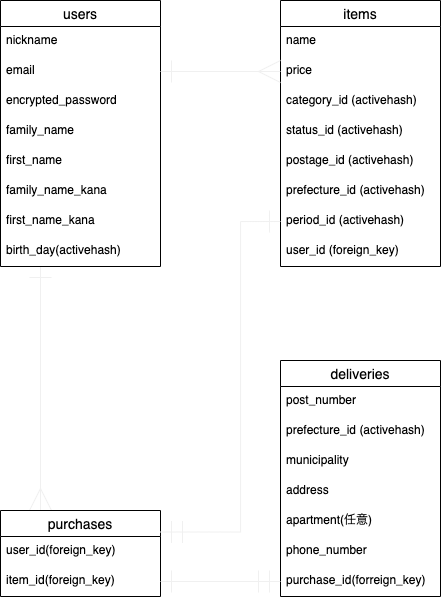
Before: DB.png, a diagram exported from draw.io (shin1616/furima-34493). Source tidied: cells renumbered, new cells last; positions are measured from the earlier drawing's top-left corner, leaving out a move shared by most shapes. Its diagram source:
```xml
<mxGraphModel>
  <root>
    <mxCell id="0" />
    <mxCell id="1" parent="0" />
    <mxCell id="2" style="edgeStyle=orthogonalEdgeStyle;rounded=0;jumpSize=6;jettySize=auto;html=1;exitX=0.25;exitY=1;exitDx=0;exitDy=0;entryX=0.25;entryY=0;entryDx=0;entryDy=0;shadow=0;startArrow=ERone;startFill=0;startSize=20;endArrow=ERmany;endFill=0;endSize=20;targetPerimeterSpacing=0;strokeColor=#f0f0f0;strokeWidth=1;" parent="1" edge="1" source="3" target="20">
      <mxGeometry relative="1" as="geometry" />
    </mxCell>
    <mxCell id="3" value="users" style="swimlane;fontStyle=0;horizontal=1;startSize=26;align=center;fontSize=14;" parent="1" vertex="1">
      <mxGeometry width="160" height="266" as="geometry" />
    </mxCell>
    <mxCell id="4" value="nickname" style="text;strokeColor=none;fillColor=none;spacingLeft=4;spacingRight=4;overflow=hidden;fontSize=12;" parent="3" vertex="1">
      <mxGeometry y="26" width="160" height="30" as="geometry" />
    </mxCell>
    <mxCell id="5" value="email" style="text;strokeColor=none;fillColor=none;spacingLeft=4;spacingRight=4;overflow=hidden;points=[[0,0.5],[1,0.5]];portConstraint=eastwest;fontSize=12;" parent="3" vertex="1">
      <mxGeometry y="56" width="160" height="30" as="geometry" />
    </mxCell>
    <mxCell id="6" value="encrypted_password" style="text;strokeColor=none;fillColor=none;spacingLeft=4;spacingRight=4;overflow=hidden;fontSize=12;" parent="3" vertex="1">
      <mxGeometry y="86" width="160" height="30" as="geometry" />
    </mxCell>
    <mxCell id="7" value="family_name" style="text;strokeColor=none;fillColor=none;spacingLeft=4;spacingRight=4;overflow=hidden;fontSize=12;" parent="3" vertex="1">
      <mxGeometry y="116" width="160" height="30" as="geometry" />
    </mxCell>
    <mxCell id="8" value="first_name" style="text;strokeColor=none;fillColor=none;spacingLeft=4;spacingRight=4;overflow=hidden;fontSize=12;" parent="3" vertex="1">
      <mxGeometry y="146" width="160" height="30" as="geometry" />
    </mxCell>
    <mxCell id="9" value="family_name_kana" style="text;strokeColor=none;fillColor=none;spacingLeft=4;spacingRight=4;overflow=hidden;fontSize=12;" parent="3" vertex="1">
      <mxGeometry y="176" width="160" height="30" as="geometry" />
    </mxCell>
    <mxCell id="10" value="first_name_kana" style="text;strokeColor=none;fillColor=none;spacingLeft=4;spacingRight=4;overflow=hidden;fontSize=12;" parent="3" vertex="1">
      <mxGeometry y="206" width="160" height="30" as="geometry" />
    </mxCell>
    <mxCell id="11" value="birth_day(activehash)" style="text;strokeColor=none;fillColor=none;spacingLeft=4;spacingRight=4;overflow=hidden;fontSize=12;" parent="3" vertex="1">
      <mxGeometry y="236" width="160" height="30" as="geometry" />
    </mxCell>
    <mxCell id="12" value="deliveries" style="swimlane;fontStyle=0;horizontal=1;startSize=26;align=center;fontSize=14;" parent="1" vertex="1">
      <mxGeometry x="280" y="360" width="160" height="236" as="geometry" />
    </mxCell>
    <mxCell id="13" value="post_number" style="text;strokeColor=none;fillColor=none;spacingLeft=4;spacingRight=4;overflow=hidden;fontSize=12;" parent="12" vertex="1">
      <mxGeometry y="26" width="160" height="30" as="geometry" />
    </mxCell>
    <mxCell id="14" value="prefecture_id (activehash)" style="text;strokeColor=none;fillColor=none;spacingLeft=4;spacingRight=4;overflow=hidden;fontSize=12;" parent="12" vertex="1">
      <mxGeometry y="56" width="160" height="30" as="geometry" />
    </mxCell>
    <mxCell id="15" value="municipality" style="text;strokeColor=none;fillColor=none;spacingLeft=4;spacingRight=4;overflow=hidden;fontSize=12;" parent="12" vertex="1">
      <mxGeometry y="86" width="160" height="30" as="geometry" />
    </mxCell>
    <mxCell id="16" value="address" style="text;strokeColor=none;fillColor=none;spacingLeft=4;spacingRight=4;overflow=hidden;fontSize=12;" parent="12" vertex="1">
      <mxGeometry y="116" width="160" height="30" as="geometry" />
    </mxCell>
    <mxCell id="17" value="apartment(任意)" style="text;strokeColor=none;fillColor=none;spacingLeft=4;spacingRight=4;overflow=hidden;fontSize=12;" parent="12" vertex="1">
      <mxGeometry y="146" width="160" height="30" as="geometry" />
    </mxCell>
    <mxCell id="18" value="phone_number" style="text;strokeColor=none;fillColor=none;spacingLeft=4;spacingRight=4;overflow=hidden;fontSize=12;" parent="12" vertex="1">
      <mxGeometry y="176" width="160" height="30" as="geometry" />
    </mxCell>
    <mxCell id="19" value="purchase_id(forreign_key)" style="text;strokeColor=none;fillColor=none;spacingLeft=4;spacingRight=4;overflow=hidden;points=[[0,0.5],[1,0.5]];portConstraint=eastwest;fontSize=12;" parent="12" vertex="1">
      <mxGeometry y="206" width="160" height="30" as="geometry" />
    </mxCell>
    <mxCell id="20" value="purchases" style="swimlane;fontStyle=0;horizontal=1;startSize=26;align=center;fontSize=14;" parent="1" vertex="1">
      <mxGeometry y="510" width="160" height="86" as="geometry" />
    </mxCell>
    <mxCell id="21" value="user_id(foreign_key)" style="text;strokeColor=none;fillColor=none;spacingLeft=4;spacingRight=4;overflow=hidden;fontSize=12;" parent="20" vertex="1">
      <mxGeometry y="26" width="160" height="30" as="geometry" />
    </mxCell>
    <mxCell id="22" value="item_id(foreign_key)" style="text;strokeColor=none;fillColor=none;spacingLeft=4;spacingRight=4;overflow=hidden;points=[[0,0.5],[1,0.5]];portConstraint=eastwest;fontSize=12;" parent="20" vertex="1">
      <mxGeometry y="56" width="160" height="30" as="geometry" />
    </mxCell>
    <mxCell id="23" value="items" style="swimlane;fontStyle=0;horizontal=1;startSize=26;align=center;fontSize=14;" parent="1" vertex="1">
      <mxGeometry x="280" width="160" height="266" as="geometry" />
    </mxCell>
    <mxCell id="24" value="name" style="text;strokeColor=none;fillColor=none;spacingLeft=4;spacingRight=4;overflow=hidden;fontSize=12;" parent="23" vertex="1">
      <mxGeometry y="26" width="160" height="30" as="geometry" />
    </mxCell>
    <mxCell id="25" value="price" style="text;strokeColor=none;fillColor=none;spacingLeft=4;spacingRight=4;overflow=hidden;points=[[0,0.5],[1,0.5]];portConstraint=eastwest;fontSize=12;" parent="23" vertex="1">
      <mxGeometry y="56" width="160" height="30" as="geometry" />
    </mxCell>
    <mxCell id="26" value="category_id (activehash)" style="text;strokeColor=none;fillColor=none;spacingLeft=4;spacingRight=4;overflow=hidden;fontSize=12;" parent="23" vertex="1">
      <mxGeometry y="86" width="160" height="30" as="geometry" />
    </mxCell>
    <mxCell id="27" value="status_id (activehash)" style="text;strokeColor=none;fillColor=none;spacingLeft=4;spacingRight=4;overflow=hidden;fontSize=12;" parent="23" vertex="1">
      <mxGeometry y="116" width="160" height="30" as="geometry" />
    </mxCell>
    <mxCell id="28" value="postage_id (activehash)" style="text;strokeColor=none;fillColor=none;spacingLeft=4;spacingRight=4;overflow=hidden;fontSize=12;" parent="23" vertex="1">
      <mxGeometry y="146" width="160" height="30" as="geometry" />
    </mxCell>
    <mxCell id="29" value="prefecture_id (activehash)" style="text;strokeColor=none;fillColor=none;spacingLeft=4;spacingRight=4;overflow=hidden;fontSize=12;" parent="23" vertex="1">
      <mxGeometry y="176" width="160" height="30" as="geometry" />
    </mxCell>
    <mxCell id="30" value="period_id (activehash)" style="text;strokeColor=none;fillColor=none;spacingLeft=4;spacingRight=4;overflow=hidden;points=[[0,0.5],[1,0.5]];portConstraint=eastwest;fontSize=12;" parent="23" vertex="1">
      <mxGeometry y="206" width="160" height="30" as="geometry" />
    </mxCell>
    <mxCell id="31" value="user_id (foreign_key)" style="text;strokeColor=none;fillColor=none;spacingLeft=4;spacingRight=4;overflow=hidden;fontSize=12;" parent="23" vertex="1">
      <mxGeometry y="236" width="160" height="30" as="geometry" />
    </mxCell>
    <mxCell id="32" style="edgeStyle=orthogonalEdgeStyle;rounded=0;jumpSize=6;jettySize=auto;html=1;exitX=1;exitY=0.5;exitDx=0;exitDy=0;entryX=0;entryY=0.5;entryDx=0;entryDy=0;shadow=0;startArrow=ERone;startFill=0;startSize=20;endArrow=ERmandOne;endFill=0;endSize=20;targetPerimeterSpacing=0;strokeColor=#f0f0f0;strokeWidth=1;" parent="1" edge="1" source="22" target="19">
      <mxGeometry relative="1" as="geometry" />
    </mxCell>
    <mxCell id="33" style="edgeStyle=orthogonalEdgeStyle;rounded=0;jumpSize=6;jettySize=auto;html=1;exitX=0;exitY=0.5;exitDx=0;exitDy=0;entryX=1;entryY=0.25;entryDx=0;entryDy=0;shadow=0;startArrow=ERone;startFill=0;startSize=20;endArrow=ERmandOne;endFill=0;endSize=20;targetPerimeterSpacing=0;strokeColor=#f0f0f0;strokeWidth=1;" parent="1" edge="1" source="30" target="20">
      <mxGeometry relative="1" as="geometry">
        <Array as="points">
          <mxPoint x="240" y="221" />
          <mxPoint x="240" y="532" />
        </Array>
      </mxGeometry>
    </mxCell>
    <mxCell id="34" style="edgeStyle=orthogonalEdgeStyle;rounded=0;jumpSize=6;jettySize=auto;html=1;shadow=0;startArrow=ERone;startFill=0;startSize=20;endArrow=ERmany;endFill=0;endSize=20;targetPerimeterSpacing=0;strokeColor=#f0f0f0;strokeWidth=1;exitX=1;exitY=0.5;exitDx=0;exitDy=0;entryX=0;entryY=0.5;entryDx=0;entryDy=0;" parent="1" edge="1" source="5" target="25">
      <mxGeometry relative="1" as="geometry" />
    </mxCell>
  </root>
</mxGraphModel>
```
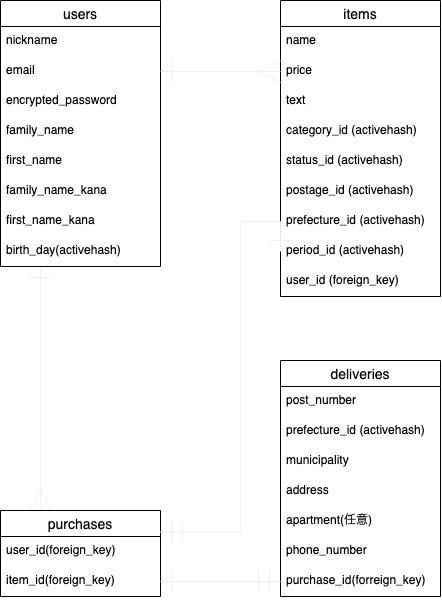
The same diagram one commit later.

Commit message:
DB設計とER図の修正5

The edit, as a diff of the source:
```diff
@@ -66,7 +66,7 @@
       <mxGeometry y="56" width="160" height="30" as="geometry" />
     </mxCell>
     <mxCell id="23" value="items" style="swimlane;fontStyle=0;horizontal=1;startSize=26;align=center;fontSize=14;" parent="1" vertex="1">
-      <mxGeometry x="280" width="160" height="266" as="geometry" />
+      <mxGeometry x="280" width="160" height="296" as="geometry" />
     </mxCell>
     <mxCell id="24" value="name" style="text;strokeColor=none;fillColor=none;spacingLeft=4;spacingRight=4;overflow=hidden;fontSize=12;" parent="23" vertex="1">
       <mxGeometry y="26" width="160" height="30" as="geometry" />
@@ -74,23 +74,26 @@
     <mxCell id="25" value="price" style="text;strokeColor=none;fillColor=none;spacingLeft=4;spacingRight=4;overflow=hidden;points=[[0,0.5],[1,0.5]];portConstraint=eastwest;fontSize=12;" parent="23" vertex="1">
       <mxGeometry y="56" width="160" height="30" as="geometry" />
     </mxCell>
+    <mxCell id="35" value="text" style="text;strokeColor=none;fillColor=none;spacingLeft=4;spacingRight=4;overflow=hidden;fontSize=12;" parent="23" vertex="1">
+      <mxGeometry y="86" width="160" height="30" as="geometry" />
+    </mxCell>
     <mxCell id="26" value="category_id (activehash)" style="text;strokeColor=none;fillColor=none;spacingLeft=4;spacingRight=4;overflow=hidden;fontSize=12;" parent="23" vertex="1">
-      <mxGeometry y="86" width="160" height="30" as="geometry" />
+      <mxGeometry y="116" width="160" height="30" as="geometry" />
     </mxCell>
     <mxCell id="27" value="status_id (activehash)" style="text;strokeColor=none;fillColor=none;spacingLeft=4;spacingRight=4;overflow=hidden;fontSize=12;" parent="23" vertex="1">
-      <mxGeometry y="116" width="160" height="30" as="geometry" />
+      <mxGeometry y="146" width="160" height="30" as="geometry" />
     </mxCell>
     <mxCell id="28" value="postage_id (activehash)" style="text;strokeColor=none;fillColor=none;spacingLeft=4;spacingRight=4;overflow=hidden;fontSize=12;" parent="23" vertex="1">
-      <mxGeometry y="146" width="160" height="30" as="geometry" />
+      <mxGeometry y="176" width="160" height="30" as="geometry" />
     </mxCell>
     <mxCell id="29" value="prefecture_id (activehash)" style="text;strokeColor=none;fillColor=none;spacingLeft=4;spacingRight=4;overflow=hidden;fontSize=12;" parent="23" vertex="1">
-      <mxGeometry y="176" width="160" height="30" as="geometry" />
+      <mxGeometry y="206" width="160" height="30" as="geometry" />
     </mxCell>
     <mxCell id="30" value="period_id (activehash)" style="text;strokeColor=none;fillColor=none;spacingLeft=4;spacingRight=4;overflow=hidden;points=[[0,0.5],[1,0.5]];portConstraint=eastwest;fontSize=12;" parent="23" vertex="1">
-      <mxGeometry y="206" width="160" height="30" as="geometry" />
+      <mxGeometry y="236" width="160" height="30" as="geometry" />
     </mxCell>
     <mxCell id="31" value="user_id (foreign_key)" style="text;strokeColor=none;fillColor=none;spacingLeft=4;spacingRight=4;overflow=hidden;fontSize=12;" parent="23" vertex="1">
-      <mxGeometry y="236" width="160" height="30" as="geometry" />
+      <mxGeometry y="266" width="160" height="30" as="geometry" />
     </mxCell>
     <mxCell id="32" style="edgeStyle=orthogonalEdgeStyle;rounded=0;jumpSize=6;jettySize=auto;html=1;exitX=1;exitY=0.5;exitDx=0;exitDy=0;entryX=0;entryY=0.5;entryDx=0;entryDy=0;shadow=0;startArrow=ERone;startFill=0;startSize=20;endArrow=ERmandOne;endFill=0;endSize=20;targetPerimeterSpacing=0;strokeColor=#f0f0f0;strokeWidth=1;" parent="1" edge="1" source="22" target="19">
       <mxGeometry relative="1" as="geometry" />
```
